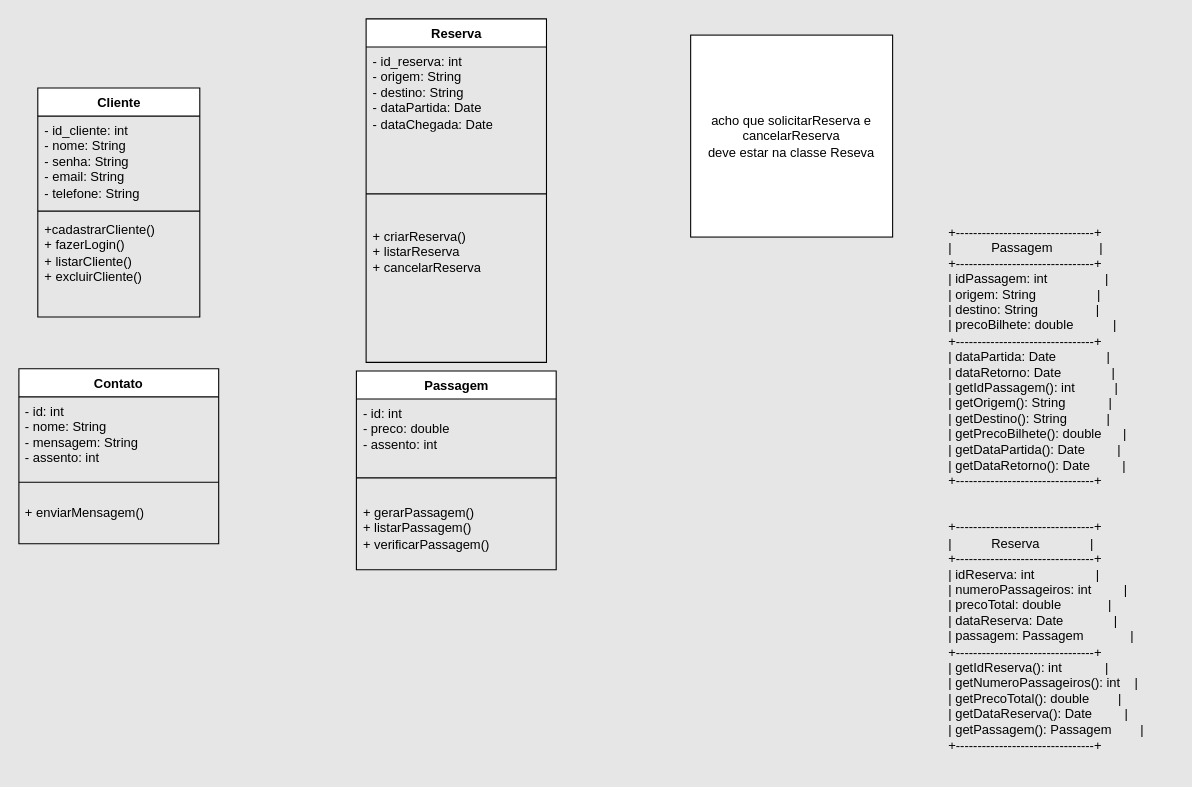
PatsFerrer/uml_teste keeps this draw.io diagram as Diagrama sem nome.drawio. Above is the earlier version. Source tidied: cells renumbered, new cells numbered last; positions are measured from the earlier drawing's top-left corner, leaving out a move shared by most shapes. Both pictures are drawn from the tidied source at 108%, with x=0, y=0 at pixel (18, 18).
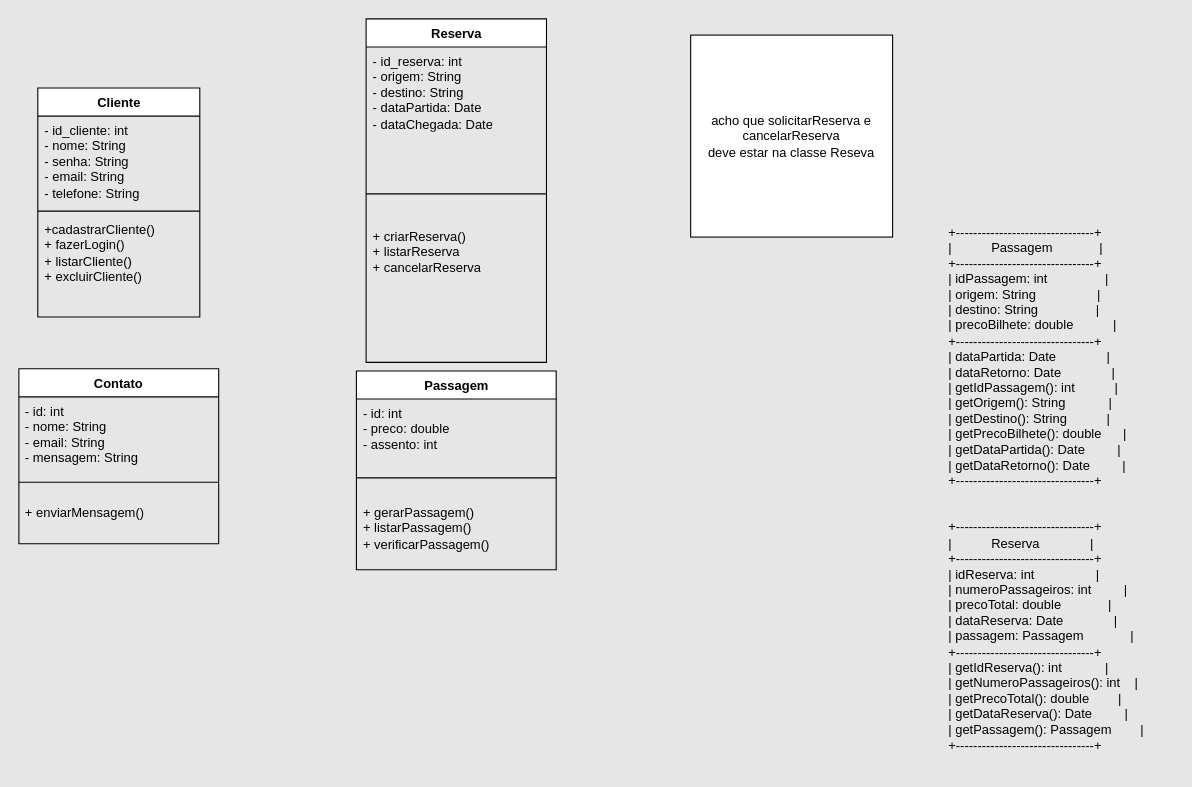
The same page after the edit.

What changed in the source:
```diff
@@
 <mxGraphModel background="#E6E6E6">
   <root>
     <mxCell id="0" />
     <mxCell id="1" parent="0" />
     <mxCell id="2" value="Cliente                 " style="swimlane;fontStyle=1;align=center;verticalAlign=top;horizontal=1;startSize=26;whiteSpace=wrap;html=1;" parent="1" vertex="1">
       <mxGeometry x="17.5" y="64" width="150" height="212" as="geometry" />
     </mxCell>
     <mxCell id="3" value="&lt;font style=&quot;font-size: 12px;&quot;&gt;- id_cliente: int&lt;br&gt;- nome: String&lt;br style=&quot;border-color: var(--border-color); padding: 0px; margin: 0px;&quot;&gt;- senha: String&lt;br style=&quot;border-color: var(--border-color); padding: 0px; margin: 0px;&quot;&gt;- email: String&lt;br style=&quot;border-color: var(--border-color); padding: 0px; margin: 0px;&quot;&gt;- telefone: String&lt;/font&gt;" style="text;strokeColor=none;fillColor=none;align=left;verticalAlign=top;spacingLeft=4;spacingRight=4;overflow=hidden;whiteSpace=wrap;html=1;" parent="2" vertex="1">
       <mxGeometry y="26" width="150" height="84" as="geometry" />
     </mxCell>
     <mxCell id="4" style="line;strokeWidth=1;fillColor=none;align=left;verticalAlign=middle;spacingTop=-1;spacingLeft=3;spacingRight=3;labelPosition=right;strokeColor=inherit;" parent="2" vertex="1">
       <mxGeometry y="110" width="150" height="8" as="geometry" />
     </mxCell>
     <mxCell id="5" value="+cadastrarCliente()&lt;br&gt;+&amp;nbsp;fazerLogin&lt;span style=&quot;border-color: var(--border-color); background-color: initial;&quot;&gt;()&amp;nbsp;&lt;/span&gt;&lt;span style=&quot;background-color: initial;&quot;&gt;&lt;br&gt;&lt;/span&gt;+&amp;nbsp;listarCliente()&lt;br style=&quot;border-color: var(--border-color);&quot;&gt;&lt;div style=&quot;border-color: var(--border-color); background-color: rgb(47, 47, 47); padding: 0px 0px 0px 2px;&quot;&gt;&lt;div style=&quot;border-color: var(--border-color); color: rgb(170, 170, 170); font-family: &amp;quot;Courier New&amp;quot;; font-size: 16pt;&quot;&gt;&lt;p style=&quot;border-color: var(--border-color); background-color: rgb(55, 55, 55); margin: 0px;&quot;&gt;&lt;/p&gt;&lt;/div&gt;&lt;/div&gt;+ excluirCliente()&amp;nbsp; &amp;nbsp; &amp;nbsp; &amp;nbsp; &amp;nbsp; &amp;nbsp; &amp;nbsp; &amp;nbsp; &amp;nbsp; &amp;nbsp; &amp;nbsp; &amp;nbsp; &amp;nbsp; &amp;nbsp; &amp;nbsp;&amp;nbsp;" style="text;strokeColor=none;fillColor=none;align=left;verticalAlign=top;spacingLeft=4;spacingRight=4;overflow=hidden;whiteSpace=wrap;html=1;" parent="2" vertex="1">
       <mxGeometry y="118" width="150" height="94" as="geometry" />
     </mxCell>
     <mxCell id="6" value="Reserva" style="swimlane;fontStyle=1;align=center;verticalAlign=top;horizontal=1;startSize=26;whiteSpace=wrap;html=1;" parent="1" vertex="1">
       <mxGeometry x="321.5" width="167" height="318" as="geometry" />
     </mxCell>
     <mxCell id="7" value="&lt;font style=&quot;font-size: 12px;&quot;&gt;- id_reserva: &lt;span style=&quot;border: 0px solid rgb(217, 217, 227); box-sizing: border-box; --tw-border-spacing-x: 0; --tw-border-spacing-y: 0; --tw-translate-x: 0; --tw-translate-y: 0; --tw-rotate: 0; --tw-skew-x: 0; --tw-skew-y: 0; --tw-scale-x: 1; --tw-scale-y: 1; --tw-pan-x: ; --tw-pan-y: ; --tw-pinch-zoom: ; --tw-scroll-snap-strictness: proximity; --tw-gradient-from-position: ; --tw-gradient-via-position: ; --tw-gradient-to-position: ; --tw-ordinal: ; --tw-slashed-zero: ; --tw-numeric-figure: ; --tw-numeric-spacing: ; --tw-numeric-fraction: ; --tw-ring-inset: ; --tw-ring-offset-width: 0px; --tw-ring-offset-color: #fff; --tw-ring-color: rgba(69,89,164,.5); --tw-ring-offset-shadow: 0 0 transparent; --tw-ring-shadow: 0 0 transparent; --tw-shadow: 0 0 transparent; --tw-shadow-colored: 0 0 transparent; --tw-blur: ; --tw-brightness: ; --tw-contrast: ; --tw-grayscale: ; --tw-hue-rotate: ; --tw-invert: ; --tw-saturate: ; --tw-sepia: ; --tw-drop-shadow: ; --tw-backdrop-blur: ; --tw-backdrop-brightness: ; --tw-backdrop-contrast: ; --tw-backdrop-grayscale: ; --tw-backdrop-hue-rotate: ; --tw-backdrop-invert: ; --tw-backdrop-opacity: ; --tw-backdrop-saturate: ; --tw-backdrop-sepia: ;&quot; class=&quot;hljs-type&quot;&gt;int&lt;/span&gt;&lt;br&gt;- origem: String&lt;br&gt;- destino: String&lt;br&gt;- dataPartida: &lt;span style=&quot;border: 0px solid rgb(217, 217, 227); box-sizing: border-box; --tw-border-spacing-x: 0; --tw-border-spacing-y: 0; --tw-translate-x: 0; --tw-translate-y: 0; --tw-rotate: 0; --tw-skew-x: 0; --tw-skew-y: 0; --tw-scale-x: 1; --tw-scale-y: 1; --tw-pan-x: ; --tw-pan-y: ; --tw-pinch-zoom: ; --tw-scroll-snap-strictness: proximity; --tw-gradient-from-position: ; --tw-gradient-via-position: ; --tw-gradient-to-position: ; --tw-ordinal: ; --tw-slashed-zero: ; --tw-numeric-figure: ; --tw-numeric-spacing: ; --tw-numeric-fraction: ; --tw-ring-inset: ; --tw-ring-offset-width: 0px; --tw-ring-offset-color: #fff; --tw-ring-color: rgba(69,89,164,.5); --tw-ring-offset-shadow: 0 0 transparent; --tw-ring-shadow: 0 0 transparent; --tw-shadow: 0 0 transparent; --tw-shadow-colored: 0 0 transparent; --tw-blur: ; --tw-brightness: ; --tw-contrast: ; --tw-grayscale: ; --tw-hue-rotate: ; --tw-invert: ; --tw-saturate: ; --tw-sepia: ; --tw-drop-shadow: ; --tw-backdrop-blur: ; --tw-backdrop-brightness: ; --tw-backdrop-contrast: ; --tw-backdrop-grayscale: ; --tw-backdrop-hue-rotate: ; --tw-backdrop-invert: ; --tw-backdrop-opacity: ; --tw-backdrop-saturate: ; --tw-backdrop-sepia: ;&quot; class=&quot;hljs-type&quot;&gt;Date&lt;/span&gt;&lt;br&gt;- dataChegada: &lt;span style=&quot;border: 0px solid rgb(217, 217, 227); box-sizing: border-box; --tw-border-spacing-x: 0; --tw-border-spacing-y: 0; --tw-translate-x: 0; --tw-translate-y: 0; --tw-rotate: 0; --tw-skew-x: 0; --tw-skew-y: 0; --tw-scale-x: 1; --tw-scale-y: 1; --tw-pan-x: ; --tw-pan-y: ; --tw-pinch-zoom: ; --tw-scroll-snap-strictness: proximity; --tw-gradient-from-position: ; --tw-gradient-via-position: ; --tw-gradient-to-position: ; --tw-ordinal: ; --tw-slashed-zero: ; --tw-numeric-figure: ; --tw-numeric-spacing: ; --tw-numeric-fraction: ; --tw-ring-inset: ; --tw-ring-offset-width: 0px; --tw-ring-offset-color: #fff; --tw-ring-color: rgba(69,89,164,.5); --tw-ring-offset-shadow: 0 0 transparent; --tw-ring-shadow: 0 0 transparent; --tw-shadow: 0 0 transparent; --tw-shadow-colored: 0 0 transparent; --tw-blur: ; --tw-brightness: ; --tw-contrast: ; --tw-grayscale: ; --tw-hue-rotate: ; --tw-invert: ; --tw-saturate: ; --tw-sepia: ; --tw-drop-shadow: ; --tw-backdrop-blur: ; --tw-backdrop-brightness: ; --tw-backdrop-contrast: ; --tw-backdrop-grayscale: ; --tw-backdrop-hue-rotate: ; --tw-backdrop-invert: ; --tw-backdrop-opacity: ; --tw-backdrop-saturate: ; --tw-backdrop-sepia: ;&quot; class=&quot;hljs-type&quot;&gt;Date&lt;/span&gt;&lt;span style=&quot;border: 0px solid rgb(217, 217, 227); box-sizing: border-box; --tw-border-spacing-x: 0; --tw-border-spacing-y: 0; --tw-translate-x: 0; --tw-translate-y: 0; --tw-rotate: 0; --tw-skew-x: 0; --tw-skew-y: 0; --tw-scale-x: 1; --tw-scale-y: 1; --tw-pan-x: ; --tw-pan-y: ; --tw-pinch-zoom: ; --tw-scroll-snap-strictness: proximity; --tw-gradient-from-position: ; --tw-gradient-via-position: ; --tw-gradient-to-position: ; --tw-ordinal: ; --tw-slashed-zero: ; --tw-numeric-figure: ; --tw-numeric-spacing: ; --tw-numeric-fraction: ; --tw-ring-inset: ; --tw-ring-offset-width: 0px; --tw-ring-offset-color: #fff; --tw-ring-color: rgba(69,89,164,.5); --tw-ring-offset-shadow: 0 0 transparent; --tw-ring-shadow: 0 0 transparent; --tw-shadow: 0 0 transparent; --tw-shadow-colored: 0 0 transparent; --tw-blur: ; --tw-brightness: ; --tw-contrast: ; --tw-grayscale: ; --tw-hue-rotate: ; --tw-invert: ; --tw-saturate: ; --tw-sepia: ; --tw-drop-shadow: ; --tw-backdrop-blur: ; --tw-backdrop-brightness: ; --tw-backdrop-contrast: ; --tw-backdrop-grayscale: ; --tw-backdrop-hue-rotate: ; --tw-backdrop-invert: ; --tw-backdrop-opacity: ; --tw-backdrop-saturate: ; --tw-backdrop-sepia: ;&quot; class=&quot;hljs-keyword&quot;&gt;&lt;br&gt;&lt;/span&gt;&lt;/font&gt;" style="text;strokeColor=none;fillColor=none;align=left;verticalAlign=top;spacingLeft=4;spacingRight=4;overflow=hidden;whiteSpace=wrap;html=1;" parent="6" vertex="1">
       <mxGeometry y="26" width="167" height="110" as="geometry" />
     </mxCell>
     <mxCell id="8" style="line;strokeWidth=1;fillColor=none;align=left;verticalAlign=middle;spacingTop=-1;spacingLeft=3;spacingRight=3;labelPosition=right;strokeColor=inherit;" parent="6" vertex="1">
       <mxGeometry y="136" width="167" height="52" as="geometry" />
     </mxCell>
     <mxCell id="9" value="&lt;div&gt;+ criarReserva()&lt;/div&gt;&lt;div&gt;+ listarReserva&lt;/div&gt;&lt;div&gt;+ cancelarReserva&lt;/div&gt;&lt;div&gt;&lt;br&gt;&lt;/div&gt;" style="text;strokeColor=none;fillColor=none;align=left;verticalAlign=top;spacingLeft=4;spacingRight=4;overflow=hidden;whiteSpace=wrap;html=1;" parent="6" vertex="1">
       <mxGeometry y="188" width="167" height="130" as="geometry" />
     </mxCell>
     <mxCell id="10" value="Passagem" style="swimlane;fontStyle=1;align=center;verticalAlign=top;horizontal=1;startSize=26;whiteSpace=wrap;html=1;" parent="1" vertex="1">
       <mxGeometry x="312.5" y="326" width="185" height="184" as="geometry" />
     </mxCell>
     <mxCell id="11" value="- id: int&lt;br&gt;- preco: double&lt;br&gt;- assento: int" style="text;strokeColor=none;fillColor=none;align=left;verticalAlign=top;spacingLeft=4;spacingRight=4;overflow=hidden;whiteSpace=wrap;html=1;" parent="10" vertex="1">
       <mxGeometry y="26" width="185" height="54" as="geometry" />
     </mxCell>
     <mxCell id="12" style="line;strokeWidth=1;fillColor=none;align=left;verticalAlign=middle;spacingTop=-1;spacingLeft=3;spacingRight=3;labelPosition=right;strokeColor=inherit;" parent="10" vertex="1">
       <mxGeometry y="80" width="185" height="38" as="geometry" />
     </mxCell>
     <mxCell id="13" value="+ gerarPassagem()&lt;br&gt;+ listarPassagem()&lt;br&gt;+ verificarPassagem()" style="text;strokeColor=none;fillColor=none;align=left;verticalAlign=top;spacingLeft=4;spacingRight=4;overflow=hidden;whiteSpace=wrap;html=1;" parent="10" vertex="1">
       <mxGeometry y="118" width="185" height="66" as="geometry" />
     </mxCell>
     <mxCell id="14" value="+--------------------------------+&#10;|           Passagem             |&#10;+--------------------------------+&#10;| idPassagem: int                |&#10;| origem: String                 |&#10;| destino: String                |&#10;| precoBilhete: double           |&#10;+--------------------------------+&#10;| dataPartida: Date              |&#10;| dataRetorno: Date              |&#10;| getIdPassagem(): int           |&#10;| getOrigem(): String            |&#10;| getDestino(): String           |&#10;| getPrecoBilhete(): double      |&#10;| getDataPartida(): Date         |&#10;| getDataRetorno(): Date         |&#10;+--------------------------------+&#10;&#10;&#10;+--------------------------------+&#10;|           Reserva              |&#10;+--------------------------------+&#10;| idReserva: int                 |&#10;| numeroPassageiros: int         |&#10;| precoTotal: double             |&#10;| dataReserva: Date              |&#10;| passagem: Passagem             |&#10;+--------------------------------+&#10;| getIdReserva(): int            |&#10;| getNumeroPassageiros(): int    |&#10;| getPrecoTotal(): double        |&#10;| getDataReserva(): Date         |&#10;| getPassagem(): Passagem        |&#10;+--------------------------------+" style="text;whiteSpace=wrap;" parent="1" vertex="1">
       <mxGeometry x="859" y="184" width="210" height="510" as="geometry" />
     </mxCell>
     <mxCell id="15" value="Contato" style="swimlane;fontStyle=1;align=center;verticalAlign=top;horizontal=1;startSize=26;whiteSpace=wrap;html=1;" parent="1" vertex="1">
       <mxGeometry y="324" width="185" height="162" as="geometry" />
     </mxCell>
-    <mxCell id="16" value="- id: int&lt;br&gt;- nome: String&lt;br&gt;- mensagem: String&lt;br&gt;- assento: int" style="text;strokeColor=none;fillColor=none;align=left;verticalAlign=top;spacingLeft=4;spacingRight=4;overflow=hidden;whiteSpace=wrap;html=1;" parent="15" vertex="1">
+    <mxCell id="16" value="- id: int&lt;br&gt;- nome: String&lt;br&gt;- email: String&lt;br&gt;- mensagem: String" style="text;strokeColor=none;fillColor=none;align=left;verticalAlign=top;spacingLeft=4;spacingRight=4;overflow=hidden;whiteSpace=wrap;html=1;" parent="15" vertex="1">
       <mxGeometry y="26" width="185" height="64" as="geometry" />
     </mxCell>
     <mxCell id="17" style="line;strokeWidth=1;fillColor=none;align=left;verticalAlign=middle;spacingTop=-1;spacingLeft=3;spacingRight=3;labelPosition=right;strokeColor=inherit;" parent="15" vertex="1">
       <mxGeometry y="90" width="185" height="30" as="geometry" />
     </mxCell>
     <mxCell id="18" value="+ enviarMensagem()" style="text;strokeColor=none;fillColor=none;align=left;verticalAlign=top;spacingLeft=4;spacingRight=4;overflow=hidden;whiteSpace=wrap;html=1;" parent="15" vertex="1">
       <mxGeometry y="120" width="185" height="42" as="geometry" />
     </mxCell>
     <mxCell id="19" value="acho que solicitarReserva e cancelarReserva&lt;br&gt;deve estar na classe Reseva&lt;br&gt;" style="whiteSpace=wrap;html=1;" parent="1" vertex="1">
       <mxGeometry x="622" y="15" width="187" height="187" as="geometry" />
     </mxCell>
   </root>
 </mxGraphModel>
```
